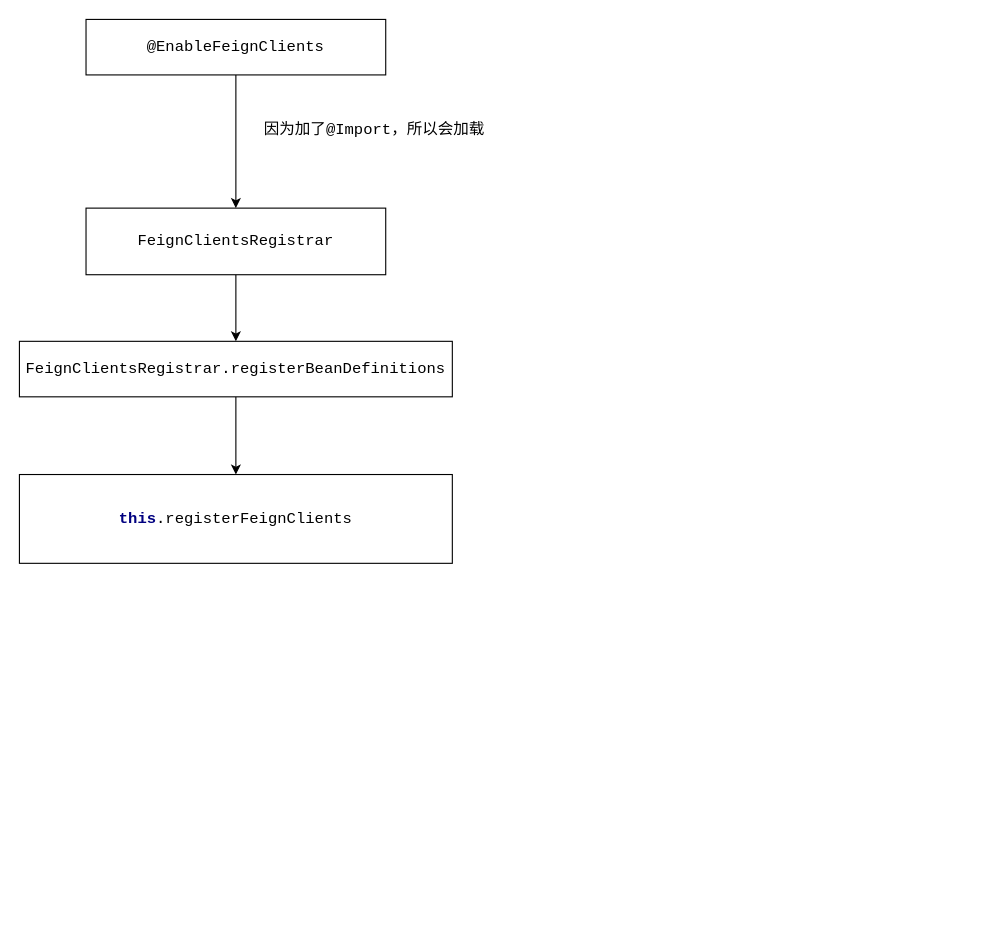
Earlier version of the draw.io diagram openfeign的流程图.drawio (dabengxiang/diagrams). Source tidied: cells renumbered, new cells numbered last; positions are measured from the earlier drawing's top-left corner, leaving out a move shared by most shapes. Both pictures are drawn from the tidied source at 111%, with x=0, y=0 at pixel (19, 19).
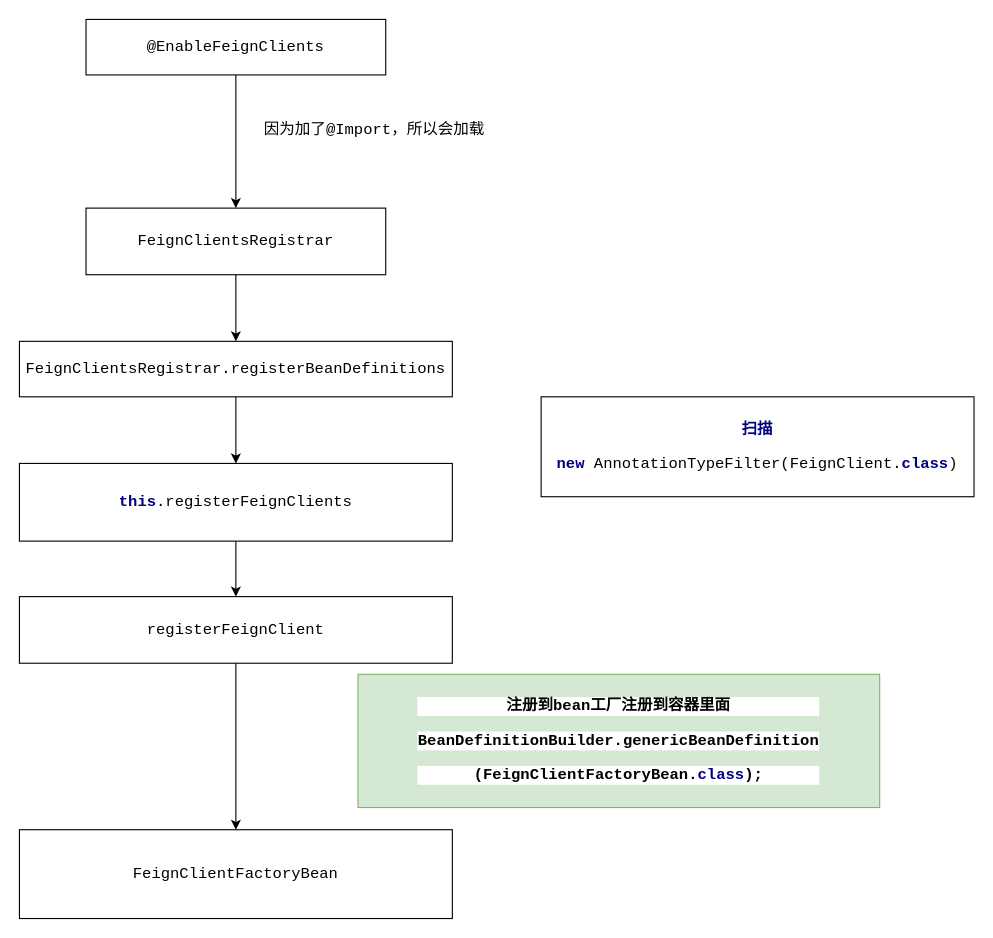
The same diagram, later.

Commit message (it also covers changes not shown here):
更新openfeign的流程图.drawio

Diff of the diagram source:
```diff
@@
 <mxGraphModel>
   <root>
     <mxCell id="0" />
     <mxCell id="1" parent="0" />
     <mxCell id="2" style="edgeStyle=orthogonalEdgeStyle;rounded=0;jettySize=auto;html=1;" parent="1" edge="1" source="3" target="5">
       <mxGeometry relative="1" as="geometry" />
     </mxCell>
     <mxCell id="3" value="&lt;pre style=&quot;background-color: rgb(255 , 255 , 255) ; font-family: &amp;#34;courier new&amp;#34; ; font-size: 10.5pt&quot;&gt;@EnableFeignClients&lt;/pre&gt;" style="rounded=0;whiteSpace=wrap;html=1;" parent="1" vertex="1">
       <mxGeometry x="60" width="270" height="50" as="geometry" />
     </mxCell>
     <mxCell id="4" style="edgeStyle=orthogonalEdgeStyle;rounded=0;jettySize=auto;html=1;" parent="1" edge="1" source="5" target="7">
       <mxGeometry relative="1" as="geometry" />
     </mxCell>
     <mxCell id="5" value="&lt;pre style=&quot;background-color: rgb(255 , 255 , 255) ; font-family: &amp;#34;courier new&amp;#34; ; font-size: 10.5pt&quot;&gt;FeignClientsRegistrar&lt;/pre&gt;" style="rounded=0;whiteSpace=wrap;html=1;" parent="1" vertex="1">
       <mxGeometry x="60" y="170" width="270" height="60" as="geometry" />
     </mxCell>
     <mxCell id="6" style="edgeStyle=orthogonalEdgeStyle;rounded=0;jettySize=auto;html=1;entryX=0.5;entryY=0;entryDx=0;entryDy=0;" parent="1" edge="1" source="7" target="9">
       <mxGeometry relative="1" as="geometry" />
     </mxCell>
     <mxCell id="7" value="&lt;pre style=&quot;background-color: rgb(255 , 255 , 255) ; font-family: &amp;#34;courier new&amp;#34; ; font-size: 10.5pt&quot;&gt;&lt;span style=&quot;font-size: 10.5pt&quot;&gt;FeignClientsRegistrar.&lt;/span&gt;registerBeanDefinitions&lt;/pre&gt;" style="rounded=0;whiteSpace=wrap;html=1;" parent="1" vertex="1">
       <mxGeometry y="290" width="390" height="50" as="geometry" />
     </mxCell>
     <mxCell id="8" value="&lt;pre style=&quot;background-color: rgb(255 , 255 , 255) ; font-family: &amp;#34;courier new&amp;#34; ; font-size: 10.5pt&quot;&gt;&lt;pre style=&quot;font-family: &amp;#34;courier new&amp;#34; ; font-size: 10.5pt&quot;&gt;因为加了@Import，所以会加载&lt;/pre&gt;&lt;/pre&gt;" style="text;html=1;strokeColor=none;fillColor=none;align=center;verticalAlign=middle;whiteSpace=wrap;rounded=0;" parent="1" vertex="1">
       <mxGeometry x="220" y="80" width="200" height="40" as="geometry" />
     </mxCell>
+    <mxCell id="10" style="edgeStyle=orthogonalEdgeStyle;rounded=0;jettySize=auto;html=1;" parent="1" edge="1" source="9" target="12">
+      <mxGeometry relative="1" as="geometry" />
+    </mxCell>
     <mxCell id="9" value="&lt;pre style=&quot;background-color: rgb(255 , 255 , 255) ; font-family: &amp;#34;courier new&amp;#34; ; font-size: 10.5pt&quot;&gt;&lt;span style=&quot;color: #000080 ; font-weight: bold&quot;&gt;this&lt;/span&gt;.registerFeignClients&lt;/pre&gt;" style="rounded=0;whiteSpace=wrap;html=1;" parent="1" vertex="1">
-      <mxGeometry y="410" width="390" height="80" as="geometry" />
+      <mxGeometry y="400" width="390" height="70" as="geometry" />
     </mxCell>
+    <mxCell id="11" style="edgeStyle=orthogonalEdgeStyle;rounded=0;jettySize=auto;html=1;" parent="1" edge="1" source="12" target="13">
+      <mxGeometry relative="1" as="geometry" />
+    </mxCell>
+    <mxCell id="12" value="&lt;pre style=&quot;background-color: rgb(255 , 255 , 255) ; font-family: &amp;#34;courier new&amp;#34; ; font-size: 10.5pt&quot;&gt;registerFeignClient&lt;/pre&gt;" style="rounded=0;whiteSpace=wrap;html=1;" parent="1" vertex="1">
+      <mxGeometry y="520" width="390" height="60" as="geometry" />
+    </mxCell>
+    <mxCell id="13" value="&lt;pre style=&quot;background-color: rgb(255 , 255 , 255) ; font-family: &amp;#34;courier new&amp;#34; ; font-size: 10.5pt&quot;&gt;FeignClientFactoryBean&lt;/pre&gt;" style="rounded=0;whiteSpace=wrap;html=1;" parent="1" vertex="1">
+      <mxGeometry y="730" width="390" height="80" as="geometry" />
+    </mxCell>
+    <mxCell id="14" value="&lt;pre style=&quot;background-color: rgb(255 , 255 , 255) ; font-family: &amp;#34;courier new&amp;#34; ; font-size: 10.5pt&quot;&gt;&lt;br&gt;&lt;/pre&gt;" style="text;html=1;align=center;verticalAlign=middle;rotation=0;" parent="1" vertex="1">
+      <mxGeometry x="775" y="510" width="20" height="50" as="geometry" />
+    </mxCell>
+    <mxCell id="15" value="&lt;pre style=&quot;background-color: rgb(255 , 255 , 255) ; font-family: &amp;#34;courier new&amp;#34; ; font-size: 10.5pt&quot;&gt;&lt;b&gt;注册到bean工厂注册到容器里面&lt;/b&gt;&lt;/pre&gt;&lt;pre style=&quot;background-color: rgb(255 , 255 , 255) ; font-family: &amp;#34;courier new&amp;#34; ; font-size: 10.5pt&quot;&gt;&lt;b&gt;BeanDefinitionBuilder.genericBeanDefinition&lt;/b&gt;&lt;/pre&gt;&lt;pre style=&quot;background-color: rgb(255 , 255 , 255) ; font-family: &amp;#34;courier new&amp;#34; ; font-size: 10.5pt&quot;&gt;&lt;b&gt;(FeignClientFactoryBean.&lt;span style=&quot;color: rgb(0 , 0 , 128)&quot;&gt;class&lt;/span&gt;);&lt;/b&gt;&lt;/pre&gt;" style="text;html=1;strokeColor=#82b366;fillColor=#d5e8d4;align=center;verticalAlign=middle;whiteSpace=wrap;rounded=0;" parent="1" vertex="1">
+      <mxGeometry x="305" y="590" width="470" height="120" as="geometry" />
+    </mxCell>
+    <mxCell id="16" value="&lt;pre style=&quot;background-color: rgb(255 , 255 , 255) ; font-family: &amp;#34;courier new&amp;#34; ; font-size: 10.5pt&quot;&gt;&lt;span style=&quot;color: #000080 ; font-weight: bold&quot;&gt;扫描&lt;/span&gt;&lt;/pre&gt;&lt;pre style=&quot;background-color: rgb(255 , 255 , 255) ; font-family: &amp;#34;courier new&amp;#34; ; font-size: 10.5pt&quot;&gt;&lt;span style=&quot;color: #000080 ; font-weight: bold&quot;&gt;new &lt;/span&gt;AnnotationTypeFilter(FeignClient.&lt;span style=&quot;color: #000080 ; font-weight: bold&quot;&gt;class&lt;/span&gt;)&lt;/pre&gt;" style="rounded=0;whiteSpace=wrap;html=1;" parent="1" vertex="1">
+      <mxGeometry x="470" y="340" width="390" height="90" as="geometry" />
+    </mxCell>
   </root>
 </mxGraphModel>
```
